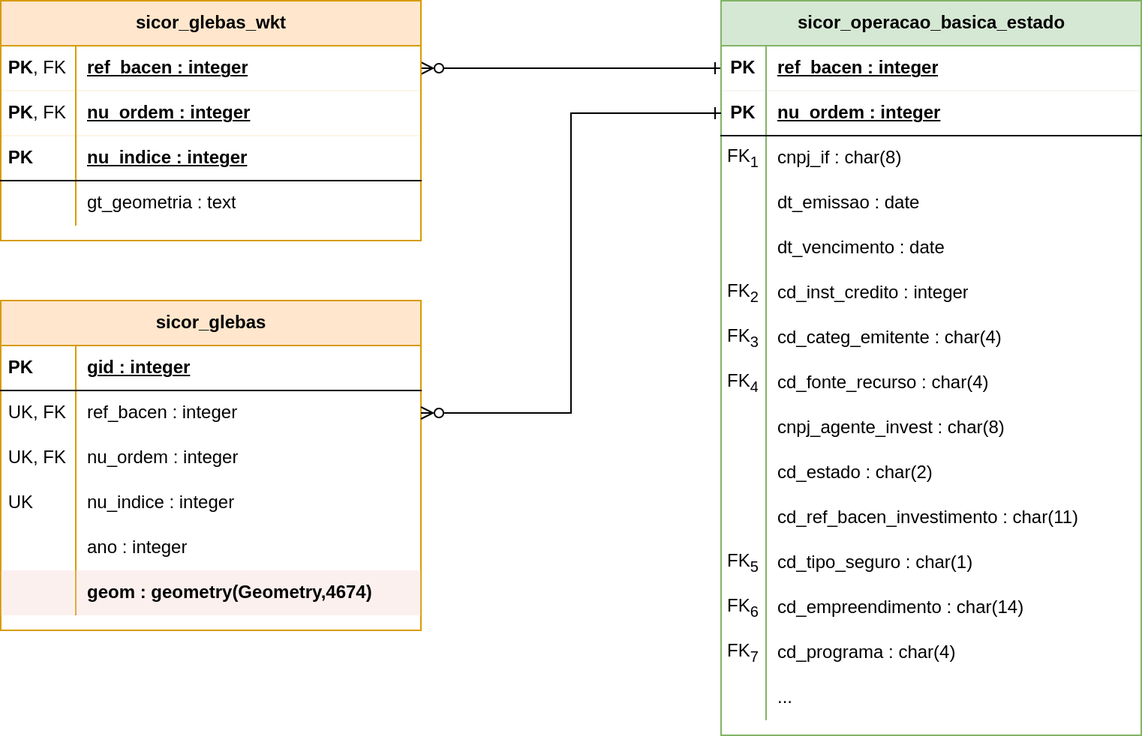
geo-credito-rural/geo-credito-rural.github.io keeps this draw.io diagram as _images/er-sicor-glebas.png. Above is the earlier version. Source tidied: cells renumbered, new cells last; positions are measured from the earlier drawing's top-left corner, leaving out a move shared by most shapes.
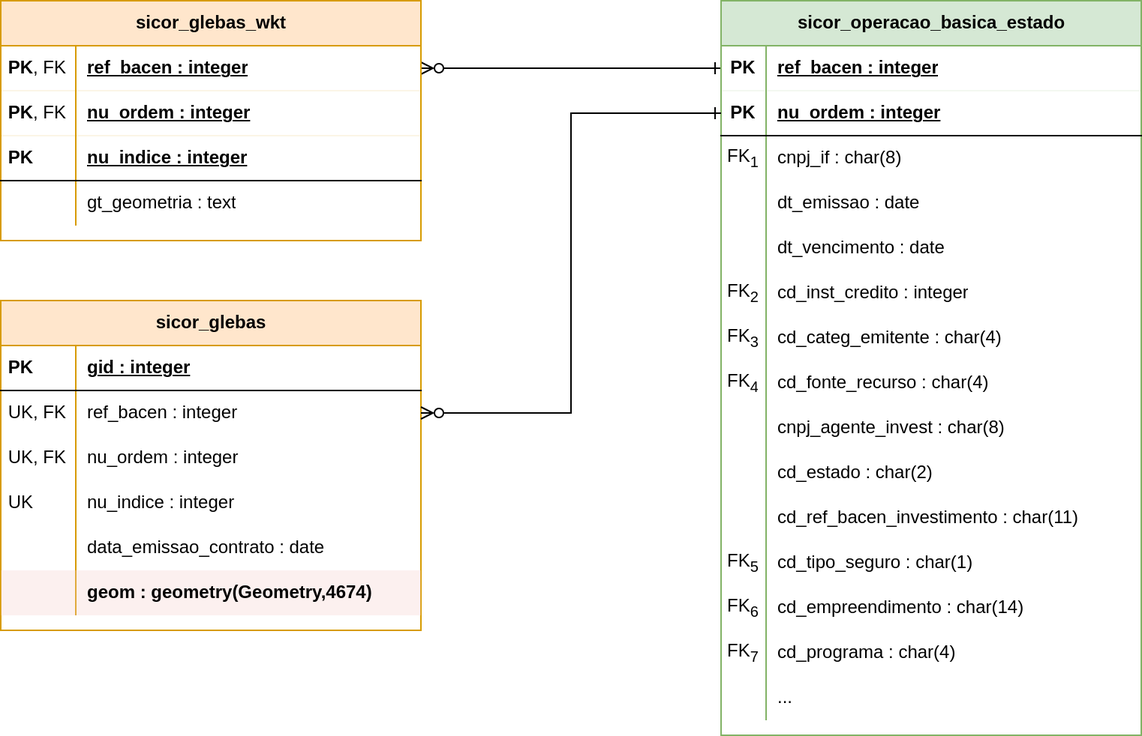
The same diagram one commit later.

Change to the diagram source:
```diff
@@ -227,7 +227,7 @@
     <mxCell id="76" style="shape=partialRectangle;fillColor=none;top=0;left=0;bottom=0;right=0;overflow=hidden;whiteSpace=wrap;html=1;" parent="75" vertex="1">
       <mxGeometry width="50" height="30" as="geometry" />
     </mxCell>
-    <mxCell id="77" value="ano :&amp;nbsp;&lt;span style=&quot;background-color: initial;&quot;&gt;integer&lt;/span&gt;" style="shape=partialRectangle;fillColor=none;top=0;left=0;bottom=0;right=0;align=left;spacingLeft=6;overflow=hidden;whiteSpace=wrap;html=1;" parent="75" vertex="1">
+    <mxCell id="77" value="data_emissao_contrato :&amp;nbsp;&lt;span style=&quot;background-color: initial;&quot;&gt;date&lt;/span&gt;" style="shape=partialRectangle;fillColor=none;top=0;left=0;bottom=0;right=0;align=left;spacingLeft=6;overflow=hidden;whiteSpace=wrap;html=1;" parent="75" vertex="1">
       <mxGeometry x="50" width="230" height="30" as="geometry" />
     </mxCell>
     <mxCell id="78" style="shape=tableRow;horizontal=0;startSize=0;swimlaneHead=0;swimlaneBody=0;fillColor=#f8cecc;top=0;left=0;right=0;bottom=0;strokeColor=#b85450;opacity=30;" parent="62" vertex="1">
```
